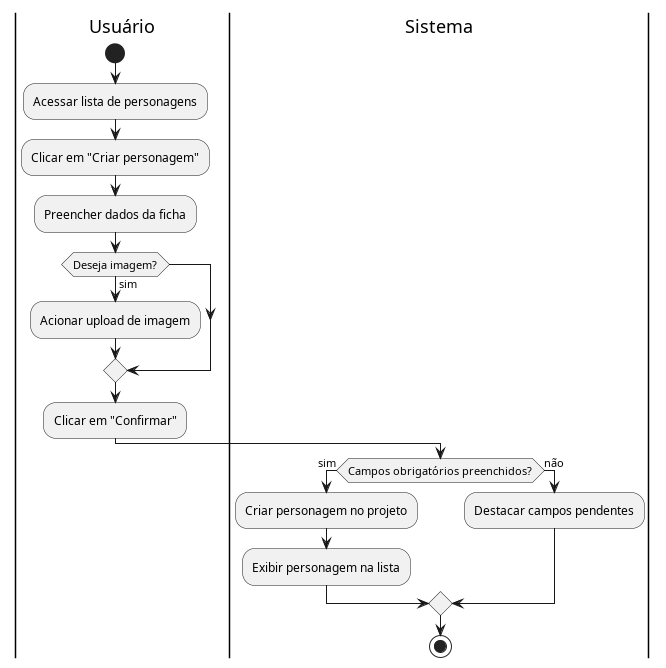
aspiringluke/Projeto-Integrado-Mobile keeps this PlantUML diagram as docs/casosUso/imagens/diagramas_atividade/diagrama_UC03.png. Above is the earlier version.
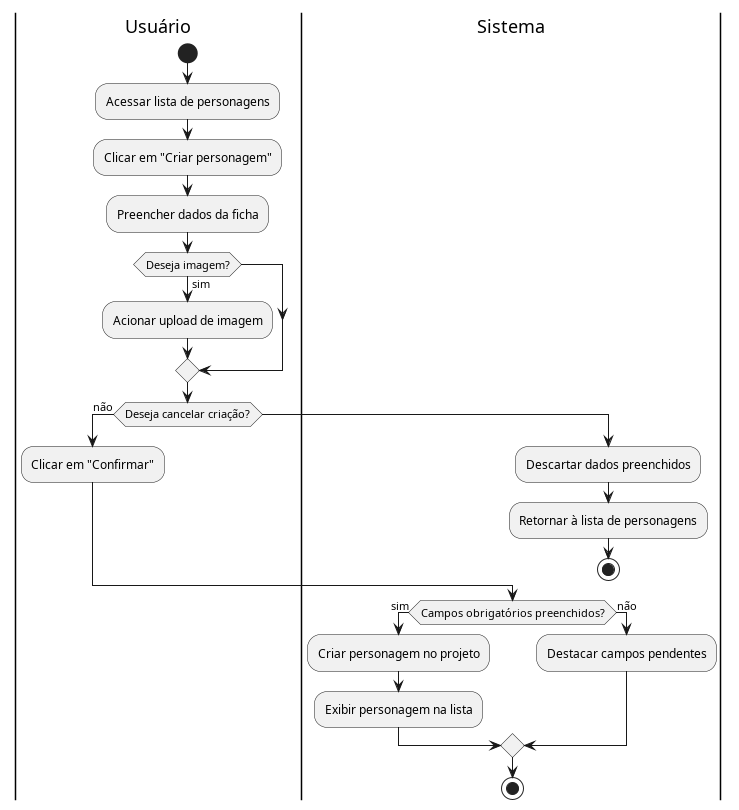
Later version of the same file.

Diff of the diagram source:
```diff
@@ -8,7 +8,15 @@
 if (Deseja imagem?) then (sim)
   :Acionar upload de imagem;
 endif
-:Clicar em "Confirmar";
+if (Deseja cancelar criação?) then (não)
+  |Usuário|
+  :Clicar em "Confirmar";
+else
+  |Sistema|
+  :Descartar dados preenchidos;
+  :Retornar à lista de personagens;
+  stop
+endif
 
 |Sistema|
 if (Campos obrigatórios preenchidos?) then (sim)
```
